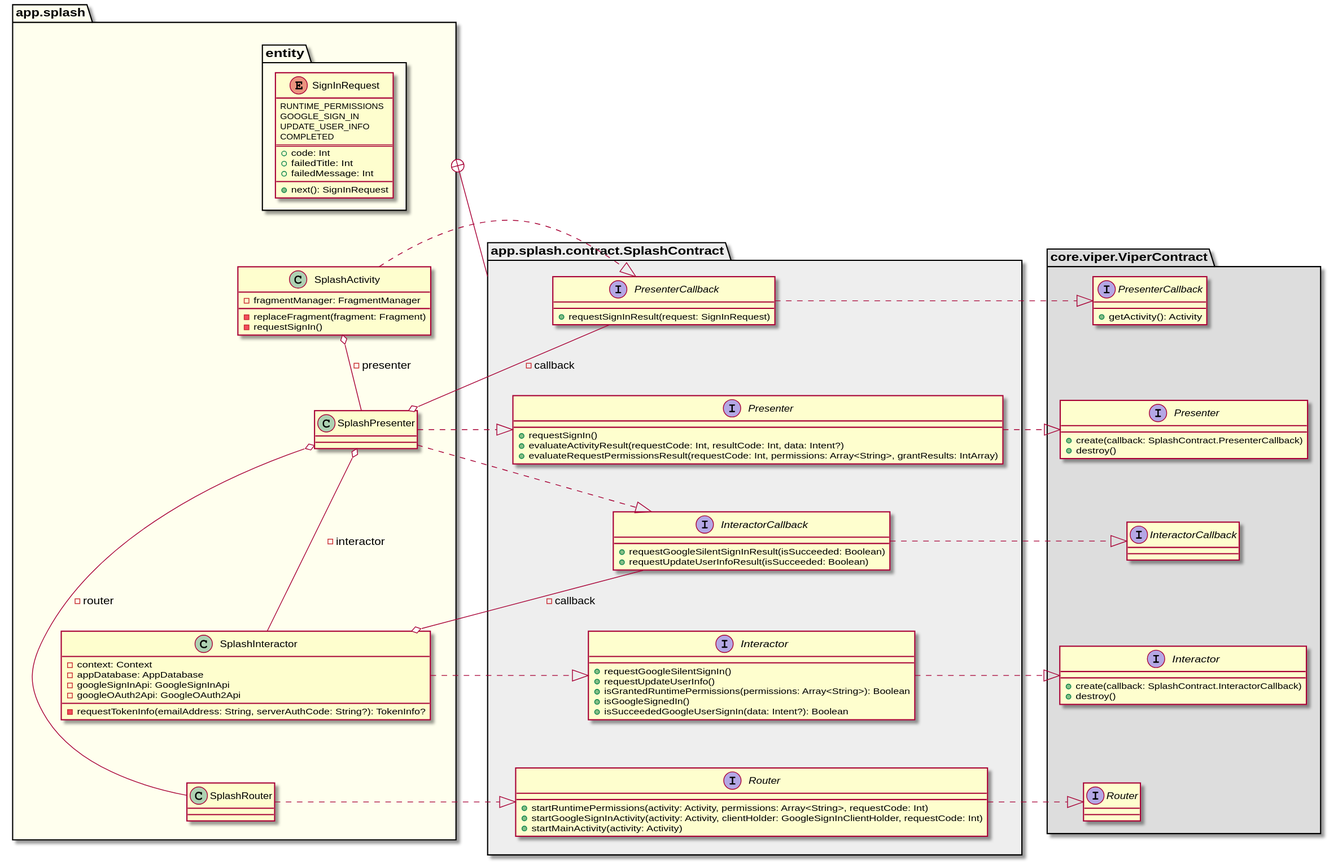
The PlantUML diagram uml/splash/class_diagram_splash_viper.svg in sallyluenoa/PhotoSlideShow, before a commit.
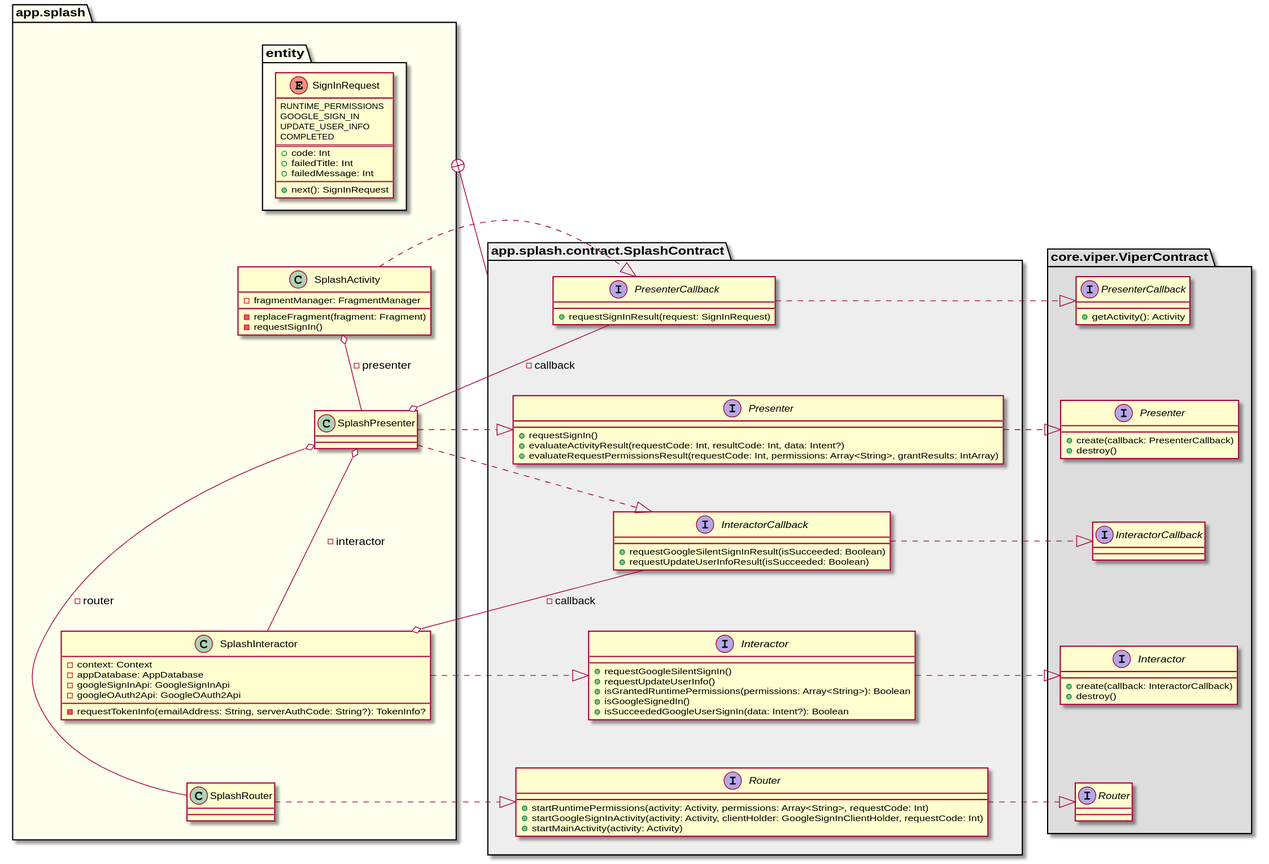
After the commit.

Commit message:
Write UML for design #13

* Update uml.

Change to the diagram source:
```diff
@@ -94,14 +94,14 @@
 
 namespace core.viper.ViperContract #DDDDDD {
   interface Presenter {
-    + create(callback: SplashContract.PresenterCallback)
+    + create(callback: PresenterCallback)
     + destroy()
   }
   interface PresenterCallback {
     + getActivity(): Activity
   }
   interface Interactor {
-    + create(callback: SplashContract.InteractorCallback)
+    + create(callback: InteractorCallback)
     + destroy()
   }
   interface InteractorCallback
```
